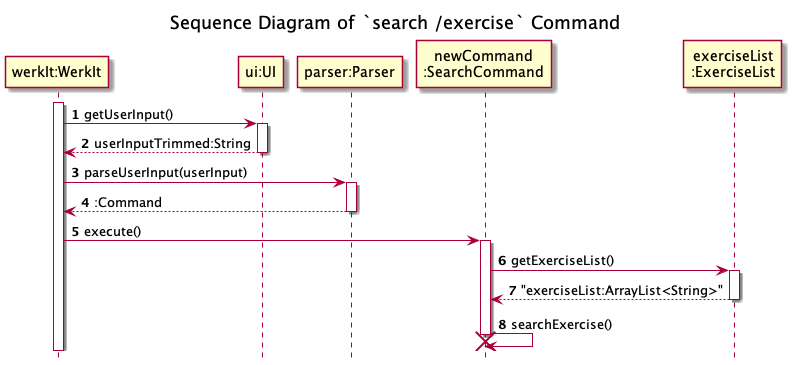
Above: docs/uml/sequenceDiagrams/search/images/searchExercise.png in nus-cs2113-AY2122S2/tp (PlantUML), before the change.
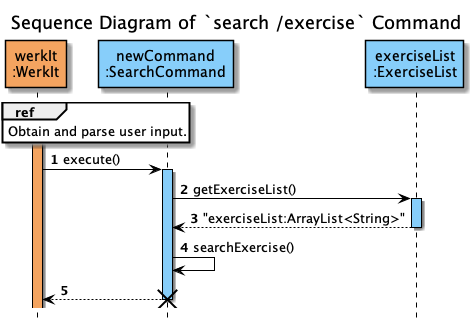
Above is the later version.

What changed in the source:
```diff
@@ -5,33 +5,29 @@
 
 title Sequence Diagram of `search /exercise` Command
 
-participant "werkIt:WerkIt" AS WerkIt
-participant "ui:UI" AS UI1
-participant "parser:Parser" AS Parser
-participant "newCommand\n:SearchCommand" AS newCommand
-participant "exerciseList\n:ExerciseList" AS ExerciseList
+participant "werkIt\n:WerkIt" AS WerkIt #Sandybrown
 
-activate WerkIt
-WerkIt -> UI1 : getUserInput()
-activate UI1
-WerkIt <-- UI1 : userInputTrimmed:String
-deactivate UI1
+ref over WerkIt
+Obtain and parse user input.
+end
 
-WerkIt -> Parser : parseUserInput(userInput)
-activate Parser
-WerkIt <-- Parser : :Command
-deactivate Parser
+
+participant "newCommand\n:SearchCommand" AS newCommand  #LightSkyBlue
+participant "exerciseList\n:ExerciseList" AS ExerciseList   #LightSkyBlue
+
+activate WerkIt #Sandybrown
+
 
 WerkIt -> newCommand : execute()
-activate newCommand
+activate newCommand #LightSkyBlue
 newCommand -> ExerciseList : getExerciseList()
-activate ExerciseList
+activate ExerciseList   #LightSkyBlue
 
 newCommand <-- ExerciseList : "exerciseList:ArrayList<String>"
 deactivate ExerciseList
 
 newCommand -> newCommand : searchExercise()
-
+newCommand --> WerkIt
 deactivate newCommand
 
 destroy newCommand
```
